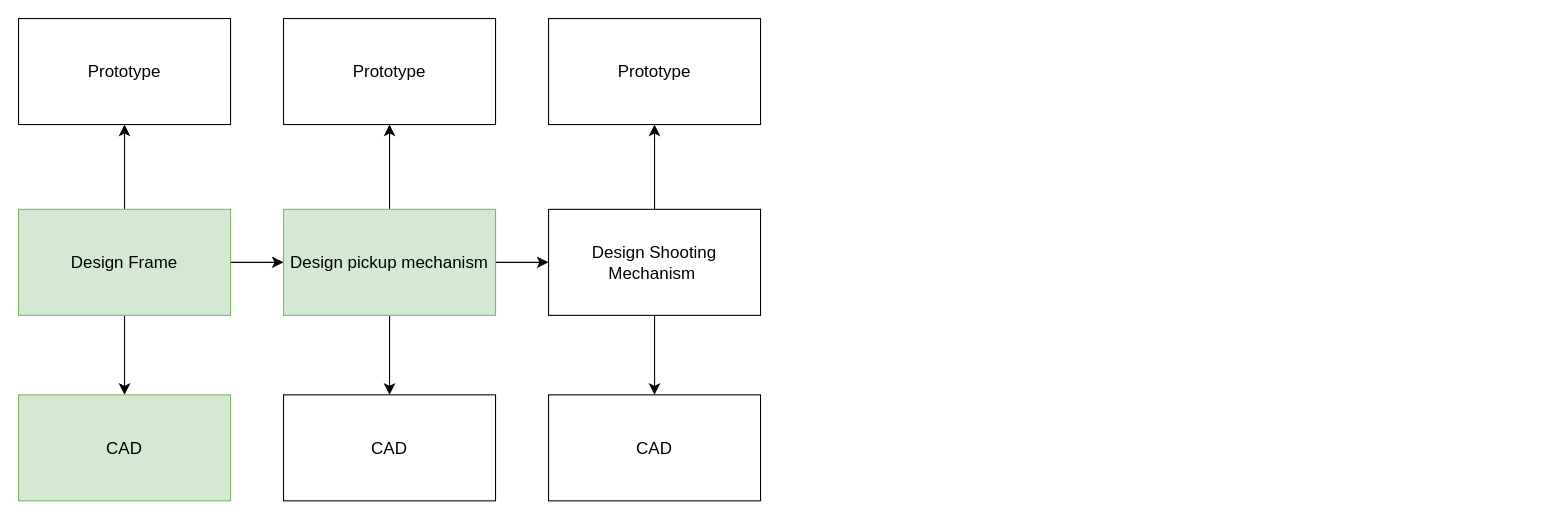
The draw.io diagram page "Page-1" (1 of 2) of Robot.drawio in SomeDev2/DrawIO, before the edit. Source tidied: cells renumbered, new cells numbered last; positions are measured from the earlier drawing's top-left corner, leaving out a move shared by most shapes. Both pictures are drawn from the tidied source at 106%, with x=0, y=0 at pixel (18, 18).
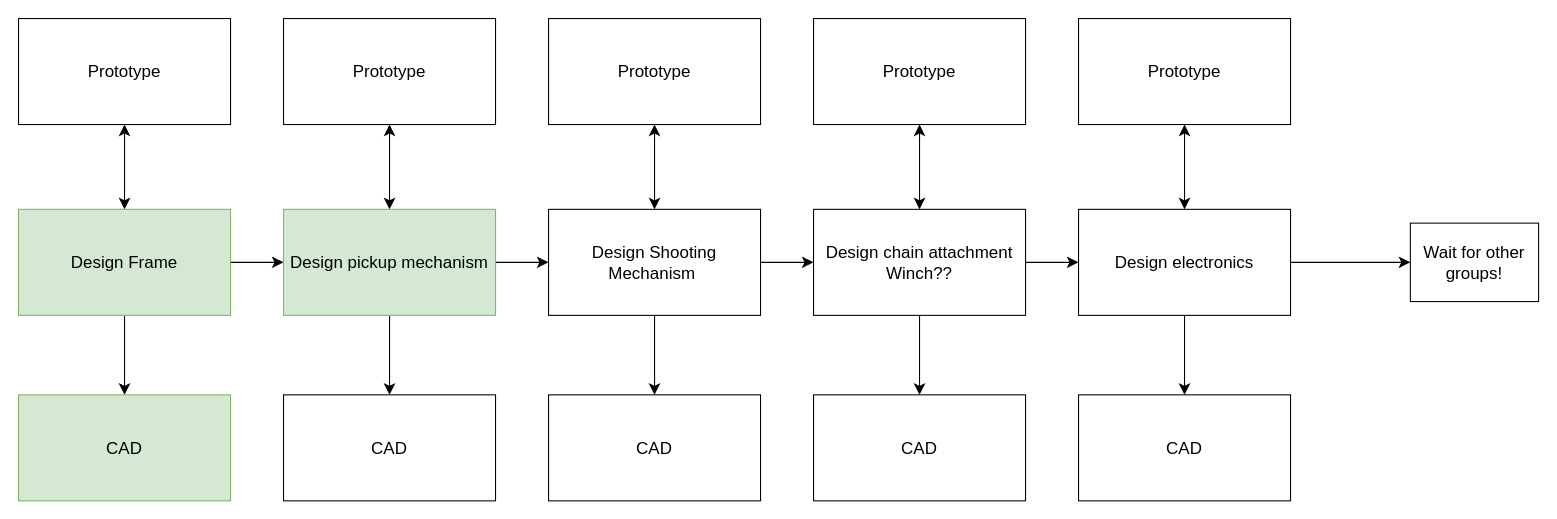
After the change.

The change refers to these unchanged cells:
```xml
<mxCell id="5" value="Design Frame" style="rounded=0;whiteSpace=wrap;html=1;fontSize=16;fillColor=#d5e8d4;strokeColor=#82b366;" parent="1" vertex="1">
  <mxGeometry y="180" width="200" height="100" as="geometry" />
</mxCell>
<mxCell id="9" value="Design pickup mechanism" style="rounded=0;whiteSpace=wrap;html=1;fontSize=16;fillColor=#d5e8d4;strokeColor=#82b366;" parent="1" vertex="1">
  <mxGeometry x="250" y="180" width="200" height="100" as="geometry" />
</mxCell>
<mxCell id="11" value="Prototype" style="rounded=0;whiteSpace=wrap;html=1;fontSize=16;" parent="1" vertex="1">
  <mxGeometry width="200" height="100" as="geometry" />
</mxCell>
<mxCell id="13" value="Prototype" style="rounded=0;whiteSpace=wrap;html=1;fontSize=16;" parent="1" vertex="1">
  <mxGeometry x="250" width="200" height="100" as="geometry" />
</mxCell>
<mxCell id="16" value="Design Shooting Mechanism&amp;nbsp;" style="rounded=0;whiteSpace=wrap;html=1;fontSize=16;" parent="1" vertex="1">
  <mxGeometry x="500" y="180" width="200" height="100" as="geometry" />
</mxCell>
<mxCell id="18" value="Prototype" style="rounded=0;whiteSpace=wrap;html=1;fontSize=16;" parent="1" vertex="1">
  <mxGeometry x="500" width="200" height="100" as="geometry" />
</mxCell>
```

Diff of the diagram source:
```diff
@@
-    <mxCell id="4" style="edgeStyle=none;curved=1;rounded=0;jettySize=auto;html=1;fontSize=12;startSize=8;endSize=8;entryX=0.5;entryY=1;entryDx=0;entryDy=0;" parent="1" edge="1" source="5" target="11">
+    <mxCell id="4" style="edgeStyle=none;curved=1;rounded=0;jettySize=auto;html=1;fontSize=12;startSize=8;endSize=8;entryX=0.5;entryY=1;entryDx=0;entryDy=0;startArrow=classic;startFill=1;" parent="1" edge="1" source="5" target="11">
       <mxGeometry relative="1" as="geometry" />
     </mxCell>
@@
-    <mxCell id="7" style="edgeStyle=none;curved=1;rounded=0;jettySize=auto;html=1;fontSize=12;startSize=8;endSize=8;exitX=0.5;exitY=0;exitDx=0;exitDy=0;entryX=0.5;entryY=1;entryDx=0;entryDy=0;" parent="1" edge="1" source="9" target="13">
+    <mxCell id="7" style="edgeStyle=none;curved=1;rounded=0;jettySize=auto;html=1;fontSize=12;startSize=8;endSize=8;exitX=0.5;exitY=0;exitDx=0;exitDy=0;entryX=0.5;entryY=1;entryDx=0;entryDy=0;startArrow=classic;startFill=1;" parent="1" edge="1" source="9" target="13">
       <mxGeometry relative="1" as="geometry" />
     </mxCell>
@@
-    <mxCell id="15" style="edgeStyle=none;curved=1;rounded=0;jettySize=auto;html=1;entryX=0.5;entryY=1;entryDx=0;entryDy=0;fontSize=12;startSize=8;endSize=8;" parent="1" edge="1" source="16" target="18">
+    <mxCell id="15" style="edgeStyle=none;curved=1;rounded=0;jettySize=auto;html=1;entryX=0.5;entryY=1;entryDx=0;entryDy=0;fontSize=12;startSize=8;endSize=8;startArrow=classic;startFill=1;" parent="1" edge="1" source="16" target="18">
       <mxGeometry relative="1" as="geometry" />
     </mxCell>
+    <mxCell id="19" style="edgeStyle=none;curved=1;rounded=0;jettySize=auto;html=1;entryX=0;entryY=0.5;entryDx=0;entryDy=0;fontSize=12;startSize=8;endSize=8;" parent="1" edge="1" source="16" target="24">
+      <mxGeometry relative="1" as="geometry" />
+    </mxCell>
@@
+    <mxCell id="20" value="Prototype" style="rounded=0;whiteSpace=wrap;html=1;fontSize=16;" parent="1" vertex="1">
+      <mxGeometry x="750" width="200" height="100" as="geometry" />
+    </mxCell>
+    <mxCell id="21" style="edgeStyle=none;curved=1;rounded=0;jettySize=auto;html=1;entryX=0.5;entryY=1;entryDx=0;entryDy=0;fontSize=12;startSize=8;endSize=8;startArrow=classic;startFill=1;" parent="1" edge="1" source="24" target="20">
+      <mxGeometry relative="1" as="geometry" />
+    </mxCell>
+    <mxCell id="22" style="edgeStyle=none;curved=1;rounded=0;jettySize=auto;html=1;entryX=0.5;entryY=0;entryDx=0;entryDy=0;fontSize=12;startSize=8;endSize=8;" parent="1" edge="1" source="24" target="25">
+      <mxGeometry relative="1" as="geometry" />
+    </mxCell>
+    <mxCell id="23" style="edgeStyle=none;curved=1;rounded=0;jettySize=auto;html=1;entryX=0;entryY=0.5;entryDx=0;entryDy=0;fontSize=12;startSize=8;endSize=8;" parent="1" edge="1" source="24" target="29">
+      <mxGeometry relative="1" as="geometry" />
+    </mxCell>
+    <mxCell id="24" value="Design chain attachment&lt;br&gt;Winch??" style="rounded=0;whiteSpace=wrap;html=1;fontSize=16;" parent="1" vertex="1">
+      <mxGeometry x="750" y="180" width="200" height="100" as="geometry" />
+    </mxCell>
+    <mxCell id="25" value="CAD" style="rounded=0;whiteSpace=wrap;html=1;fontSize=16;" parent="1" vertex="1">
+      <mxGeometry x="750" y="355" width="200" height="100" as="geometry" />
+    </mxCell>
+    <mxCell id="26" value="Prototype" style="rounded=0;whiteSpace=wrap;html=1;fontSize=16;" parent="1" vertex="1">
+      <mxGeometry x="1000" width="200" height="100" as="geometry" />
+    </mxCell>
+    <mxCell id="27" style="edgeStyle=none;curved=1;rounded=0;jettySize=auto;html=1;entryX=0.5;entryY=0;entryDx=0;entryDy=0;fontSize=12;startSize=8;endSize=8;" parent="1" edge="1" source="29" target="30">
+      <mxGeometry relative="1" as="geometry" />
+    </mxCell>
+    <mxCell id="28" style="edgeStyle=none;curved=1;rounded=0;jettySize=auto;html=1;entryX=0;entryY=0.5;entryDx=0;entryDy=0;fontSize=12;startSize=8;endSize=8;" parent="1" edge="1" source="29" target="32">
+      <mxGeometry relative="1" as="geometry" />
+    </mxCell>
+    <mxCell id="29" value="Design electronics" style="rounded=0;whiteSpace=wrap;html=1;fontSize=16;" parent="1" vertex="1">
+      <mxGeometry x="1000" y="180" width="200" height="100" as="geometry" />
+    </mxCell>
+    <mxCell id="30" value="CAD" style="rounded=0;whiteSpace=wrap;html=1;fontSize=16;" parent="1" vertex="1">
+      <mxGeometry x="1000" y="355" width="200" height="100" as="geometry" />
+    </mxCell>
+    <mxCell id="31" style="edgeStyle=none;jettySize=auto;html=1;endArrow=classic;startArrow=classic;endSize=8;startSize=8;rounded=0;fontSize=12;curved=1;exitX=0.5;exitY=1;exitDx=0;exitDy=0;entryX=0.5;entryY=0;entryDx=0;entryDy=0;" parent="1" edge="1" source="26" target="29">
+      <mxGeometry relative="1" as="geometry" />
+    </mxCell>
+    <mxCell id="32" value="Wait for other groups!" style="rounded=0;whiteSpace=wrap;html=1;fontSize=16;" parent="1" vertex="1">
+      <mxGeometry x="1313" y="193" width="121" height="74" as="geometry" />
+    </mxCell>
```
